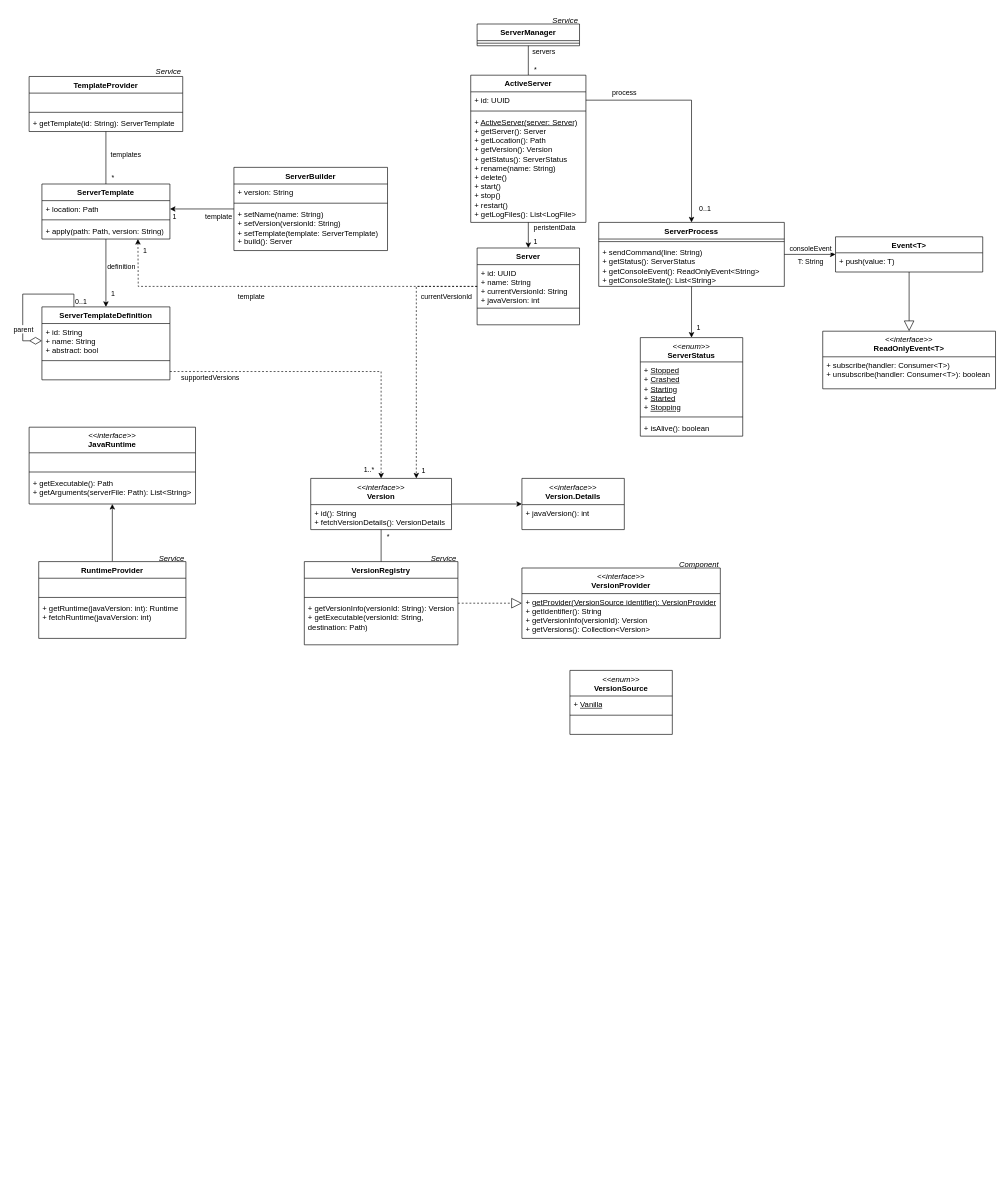
The draw.io diagram Klassendiagramm.drawio in Fisch37/mc-server-manager, before the edit. Source tidied: cells renumbered, new cells numbered last; positions are measured from the earlier drawing's top-left corner, leaving out a move shared by most shapes. Both pictures are drawn from the tidied source at 64%, with x=0, y=0 at pixel (22, 11).
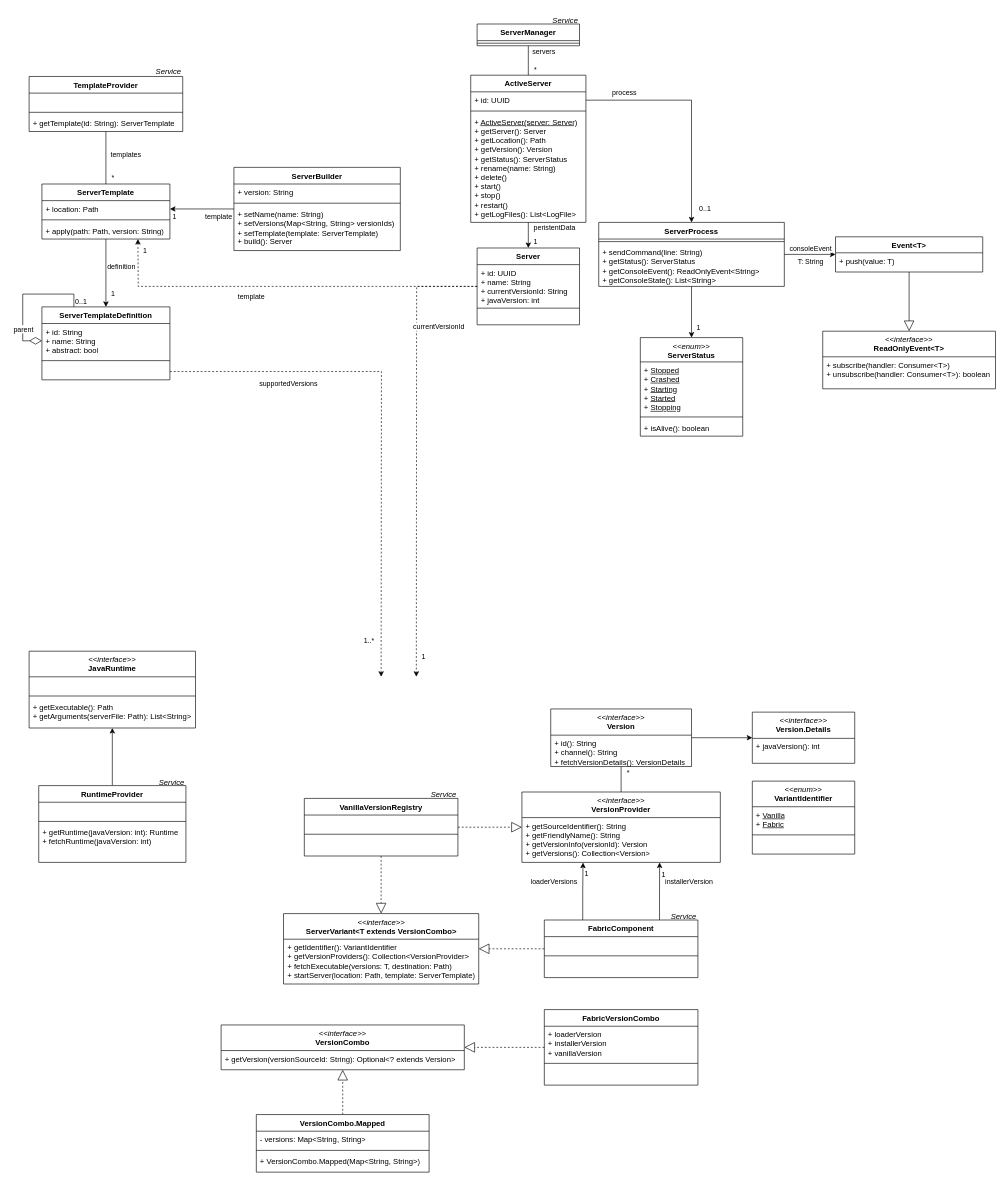
Above is the later version.

Unchanged cells that the change refers to:
```xml
<mxCell id="13" value="Server" style="swimlane;fontStyle=1;align=center;verticalAlign=top;horizontal=1;startSize=26;whiteSpace=wrap;html=1;" parent="1" vertex="1">
  <mxGeometry x="710" y="370" width="160" height="120" as="geometry" />
</mxCell>
<mxCell id="33" value="&amp;nbsp;" style="text;strokeColor=none;fillColor=none;align=left;verticalAlign=top;spacingLeft=4;spacingRight=4;overflow=hidden;points=[[0,0.5],[1,0.5]];portConstraint=eastwest;whiteSpace=wrap;html=1;" parent="30" vertex="1">
  <mxGeometry y="88" width="200" height="26" as="geometry" />
</mxCell>
```

The edit, as a diff of the source:
```diff
@@
-    <mxCell id="7" style="edgeStyle=orthogonalEdgeStyle;rounded=0;jettySize=auto;html=1;entryX=0.75;entryY=0;entryDx=0;entryDy=0;dashed=1;" parent="1" edge="1" source="13" target="70">
-      <mxGeometry relative="1" as="geometry" />
+    <mxCell id="7" style="edgeStyle=orthogonalEdgeStyle;rounded=0;jettySize=auto;html=1;dashed=1;" parent="1" edge="1" source="13">
+      <mxGeometry relative="1" as="geometry">
+        <mxPoint x="615" y="1040" as="targetPoint" />
+      </mxGeometry>
     </mxCell>
@@
     <mxCell id="26" value="ServerBuilder" style="swimlane;fontStyle=1;align=center;verticalAlign=top;horizontal=1;startSize=26;whiteSpace=wrap;html=1;" parent="1" vertex="1">
-      <mxGeometry x="330" y="244" width="240" height="130" as="geometry" />
+      <mxGeometry x="330" y="244" width="260" height="130" as="geometry" />
     </mxCell>
     <mxCell id="27" value="+ version: String" style="text;strokeColor=none;fillColor=none;align=left;verticalAlign=top;spacingLeft=4;spacingRight=4;overflow=hidden;whiteSpace=wrap;html=1;" parent="26" vertex="1">
-      <mxGeometry y="26" width="240" height="26" as="geometry" />
+      <mxGeometry y="26" width="260" height="26" as="geometry" />
     </mxCell>
     <mxCell id="28" style="line;strokeWidth=1;fillColor=none;align=left;verticalAlign=middle;spacingTop=-1;spacingLeft=3;spacingRight=3;labelPosition=right;strokeColor=inherit;" parent="26" vertex="1">
-      <mxGeometry y="52" width="240" height="8" as="geometry" />
+      <mxGeometry y="52" width="260" height="8" as="geometry" />
     </mxCell>
-    <mxCell id="29" value="&lt;div&gt;+ setName(name: String)&lt;/div&gt;&lt;div&gt;+ setVersion(versionId: String)&lt;/div&gt;&lt;div&gt;+ setTemplate(template: ServerTemplate)&lt;/div&gt;+ build(): Server" style="text;strokeColor=none;fillColor=none;align=left;verticalAlign=top;spacingLeft=4;spacingRight=4;overflow=hidden;whiteSpace=wrap;html=1;" parent="26" vertex="1">
-      <mxGeometry y="60" width="240" height="70" as="geometry" />
+    <mxCell id="29" value="&lt;div&gt;+ setName(name: String)&lt;/div&gt;&lt;div&gt;+ setVersions(Map&amp;lt;String, String&amp;gt; versionIds)&lt;/div&gt;&lt;div&gt;+ setTemplate(template: ServerTemplate)&lt;/div&gt;+ build(): Server" style="text;strokeColor=none;fillColor=none;align=left;verticalAlign=top;spacingLeft=4;spacingRight=4;overflow=hidden;whiteSpace=wrap;html=1;" parent="26" vertex="1">
+      <mxGeometry y="60" width="260" height="70" as="geometry" />
     </mxCell>
@@
-    <mxCell id="37" style="edgeStyle=orthogonalEdgeStyle;rounded=0;jettySize=auto;html=1;dashed=1;" parent="1" edge="1" source="33" target="70">
-      <mxGeometry relative="1" as="geometry" />
+    <mxCell id="37" style="edgeStyle=orthogonalEdgeStyle;rounded=0;jettySize=auto;html=1;dashed=1;" parent="1" edge="1" source="33">
+      <mxGeometry relative="1" as="geometry">
+        <mxPoint x="560" y="1040" as="targetPoint" />
+      </mxGeometry>
     </mxCell>
@@
-    <mxCell id="54" style="group;" parent="1" vertex="1">
-      <mxGeometry x="440" y="840" width="240" height="150" as="geometry" />
-    </mxCell>
-    <mxCell id="55" value="VersionRegistry" style="swimlane;fontStyle=1;align=center;verticalAlign=top;horizontal=1;startSize=26;whiteSpace=wrap;html=1;" parent="54" vertex="1">
-      <mxGeometry y="20" width="240" height="130" as="geometry" />
-    </mxCell>
-    <mxCell id="56" value="&amp;nbsp;" style="text;strokeColor=none;fillColor=none;align=left;verticalAlign=top;spacingLeft=4;spacingRight=4;overflow=hidden;whiteSpace=wrap;html=1;" parent="55" vertex="1">
-      <mxGeometry y="26" width="240" height="26" as="geometry" />
-    </mxCell>
-    <mxCell id="57" style="line;strokeWidth=1;fillColor=none;align=left;verticalAlign=middle;spacingTop=-1;spacingLeft=3;spacingRight=3;labelPosition=right;strokeColor=inherit;" parent="55" vertex="1">
-      <mxGeometry y="52" width="240" height="8" as="geometry" />
-    </mxCell>
-    <mxCell id="58" value="+ getVersionInfo(versionId: String): Version&lt;div&gt;+ getExecutable(versionId: String, destination: Path)&lt;/div&gt;" style="text;strokeColor=none;fillColor=none;align=left;verticalAlign=top;spacingLeft=4;spacingRight=4;overflow=hidden;whiteSpace=wrap;html=1;" parent="55" vertex="1">
-      <mxGeometry y="60" width="240" height="70" as="geometry" />
-    </mxCell>
-    <mxCell id="59" value="&lt;i&gt;Service&lt;/i&gt;" style="text;html=1;whiteSpace=wrap;strokeColor=none;fillColor=none;align=right;verticalAlign=middle;rounded=0;" parent="54" vertex="1">
-      <mxGeometry x="180" width="60" height="30" as="geometry" />
-    </mxCell>
-    <mxCell id="60" style="edgeStyle=orthogonalEdgeStyle;rounded=0;jettySize=auto;html=1;endArrow=none;endFill=0;" parent="1" edge="1" source="55" target="70">
+    <mxCell id="60" style="edgeStyle=orthogonalEdgeStyle;rounded=0;jettySize=auto;html=1;endArrow=none;endFill=0;exitX=0.5;exitY=0;exitDx=0;exitDy=0;" parent="1" edge="1" source="105" target="70">
       <mxGeometry relative="1" as="geometry" />
     </mxCell>
@@
     <mxCell id="70" value="&lt;span style=&quot;font-weight: normal;&quot;&gt;&lt;i&gt;&amp;lt;&amp;lt;interface&amp;gt;&amp;gt;&lt;/i&gt;&lt;/span&gt;&lt;div&gt;Version&lt;/div&gt;" style="swimlane;fontStyle=1;align=center;verticalAlign=top;horizontal=1;startSize=41;whiteSpace=wrap;html=1;" parent="1" vertex="1">
-      <mxGeometry x="450" y="730" width="220" height="80" as="geometry" />
+      <mxGeometry x="825" y="1090.2" width="220" height="90" as="geometry" />
     </mxCell>
-    <mxCell id="71" value="+ id(): String&lt;div&gt;+ fetchVersionDetails(): VersionDetails&lt;/div&gt;" style="text;strokeColor=none;fillColor=none;align=left;verticalAlign=top;spacingLeft=4;spacingRight=4;overflow=hidden;whiteSpace=wrap;html=1;" parent="70" vertex="1">
-      <mxGeometry y="41" width="220" height="39" as="geometry" />
+    <mxCell id="71" value="+ id(): String&lt;div&gt;+ channel(): String&lt;br&gt;&lt;div&gt;+ fetchVersionDetails(): VersionDetails&lt;/div&gt;&lt;/div&gt;" style="text;strokeColor=none;fillColor=none;align=left;verticalAlign=top;spacingLeft=4;spacingRight=4;overflow=hidden;whiteSpace=wrap;html=1;" parent="70" vertex="1">
+      <mxGeometry y="41" width="220" height="49" as="geometry" />
     </mxCell>
@@
     <mxCell id="81" value="&lt;div&gt;&lt;span style=&quot;font-weight: normal;&quot;&gt;&lt;i&gt;&amp;lt;&amp;lt;interface&amp;gt;&amp;gt;&lt;/i&gt;&lt;/span&gt;&lt;/div&gt;JavaRuntime" style="swimlane;fontStyle=1;align=center;verticalAlign=top;horizontal=1;startSize=40;whiteSpace=wrap;html=1;" parent="1" vertex="1">
-      <mxGeometry x="10" y="650" width="260" height="120" as="geometry" />
+      <mxGeometry x="10" y="1000" width="260" height="120" as="geometry" />
     </mxCell>
@@
     <mxCell id="86" style="group;" parent="1" vertex="1">
-      <mxGeometry x="25" y="840" width="230" height="140" as="geometry" />
+      <mxGeometry x="25" y="1190" width="230" height="140" as="geometry" />
     </mxCell>
@@
     <mxCell id="92" value="&lt;span style=&quot;font-weight: normal;&quot;&gt;&lt;i&gt;&amp;lt;&amp;lt;interface&amp;gt;&amp;gt;&lt;/i&gt;&lt;/span&gt;&lt;div&gt;Version.Details&lt;/div&gt;" style="swimlane;fontStyle=1;align=center;verticalAlign=top;horizontal=1;startSize=41;whiteSpace=wrap;html=1;" parent="1" vertex="1">
-      <mxGeometry x="780" y="730" width="160" height="80" as="geometry" />
+      <mxGeometry x="1140" y="1095.2" width="160" height="80" as="geometry" />
     </mxCell>
@@
-    <mxCell id="104" style="group;" parent="1" vertex="1">
-      <mxGeometry x="780" y="850" width="310" height="130" as="geometry" />
-    </mxCell>
-    <mxCell id="105" value="&lt;div&gt;&lt;span style=&quot;font-weight: normal;&quot;&gt;&lt;i&gt;&amp;lt;&amp;lt;interface&amp;gt;&amp;gt;&lt;/i&gt;&lt;/span&gt;&lt;/div&gt;VersionProvider" style="swimlane;fontStyle=1;align=center;verticalAlign=top;horizontal=1;startSize=40;whiteSpace=wrap;html=1;" parent="104" vertex="1">
-      <mxGeometry y="20" width="310" height="110" as="geometry" />
-    </mxCell>
-    <mxCell id="106" value="&lt;div&gt;+ &lt;u&gt;getProvider(VersionSource identifier): VersionProvider&lt;/u&gt;&lt;/div&gt;&lt;div&gt;+ getIdentifier(): String&lt;/div&gt;+ getVersionInfo(versionId): Version&lt;div&gt;+ getVersions(): Collection&amp;lt;Version&amp;gt;&lt;/div&gt;" style="text;strokeColor=none;fillColor=none;align=left;verticalAlign=top;spacingLeft=4;spacingRight=4;overflow=hidden;points=[[0,0.5],[1,0.5]];portConstraint=eastwest;whiteSpace=wrap;html=1;" parent="105" vertex="1">
-      <mxGeometry y="40" width="310" height="70" as="geometry" />
-    </mxCell>
-    <mxCell id="107" value="&lt;i&gt;Component&lt;/i&gt;" style="text;html=1;whiteSpace=wrap;strokeColor=none;fillColor=none;align=right;verticalAlign=middle;rounded=0;" parent="104" vertex="1">
-      <mxGeometry x="221.4" width="88.6" height="30" as="geometry" />
-    </mxCell>
-    <mxCell id="108" value="&lt;div&gt;&lt;span style=&quot;font-weight: normal;&quot;&gt;&lt;i&gt;&amp;lt;&amp;lt;enum&amp;gt;&amp;gt;&lt;/i&gt;&lt;/span&gt;&lt;/div&gt;VersionSource" style="swimlane;fontStyle=1;align=center;verticalAlign=top;horizontal=1;startSize=40;whiteSpace=wrap;html=1;" parent="1" vertex="1">
-      <mxGeometry x="855" y="1030" width="160" height="100" as="geometry" />
+    <mxCell id="108" value="&lt;div&gt;&lt;span style=&quot;font-weight: normal;&quot;&gt;&lt;i&gt;&amp;lt;&amp;lt;enum&amp;gt;&amp;gt;&lt;/i&gt;&lt;/span&gt;&lt;/div&gt;VariantIdentifier" style="swimlane;fontStyle=1;align=center;verticalAlign=top;horizontal=1;startSize=40;whiteSpace=wrap;html=1;" parent="1" vertex="1">
+      <mxGeometry x="1140" y="1203" width="160" height="114" as="geometry" />
     </mxCell>
-    <mxCell id="109" value="+ &lt;u&gt;Vanilla&lt;/u&gt;" style="text;strokeColor=none;fillColor=none;align=left;verticalAlign=top;spacingLeft=4;spacingRight=4;overflow=hidden;whiteSpace=wrap;html=1;" parent="108" vertex="1">
-      <mxGeometry y="40" width="160" height="26" as="geometry" />
+    <mxCell id="109" value="+ &lt;u&gt;Vanilla&lt;/u&gt;&lt;div&gt;+ &lt;u&gt;Fabric&lt;/u&gt;&lt;/div&gt;" style="text;strokeColor=none;fillColor=none;align=left;verticalAlign=top;spacingLeft=4;spacingRight=4;overflow=hidden;whiteSpace=wrap;html=1;" parent="108" vertex="1">
+      <mxGeometry y="40" width="160" height="40" as="geometry" />
     </mxCell>
     <mxCell id="110" style="line;strokeWidth=1;fillColor=none;align=left;verticalAlign=middle;spacingTop=-1;spacingLeft=3;spacingRight=3;labelPosition=right;strokeColor=inherit;" parent="108" vertex="1">
-      <mxGeometry y="66" width="160" height="8" as="geometry" />
+      <mxGeometry y="80" width="160" height="8" as="geometry" />
     </mxCell>
     <mxCell id="111" value="&amp;nbsp;" style="text;strokeColor=none;fillColor=none;align=left;verticalAlign=top;spacingLeft=4;spacingRight=4;overflow=hidden;whiteSpace=wrap;html=1;" parent="108" vertex="1">
-      <mxGeometry y="74" width="160" height="26" as="geometry" />
+      <mxGeometry y="88" width="160" height="26" as="geometry" />
     </mxCell>
+    <mxCell id="112" value="&lt;div&gt;&lt;span style=&quot;font-weight: normal;&quot;&gt;&lt;i&gt;&amp;lt;&amp;lt;interface&amp;gt;&amp;gt;&lt;/i&gt;&lt;/span&gt;&lt;/div&gt;ServerVariant&amp;lt;T extends VersionCombo&amp;gt;" style="swimlane;fontStyle=1;align=center;verticalAlign=top;horizontal=1;startSize=40;whiteSpace=wrap;html=1;" parent="1" vertex="1">
+      <mxGeometry x="407.5" y="1410" width="305" height="110" as="geometry" />
+    </mxCell>
+    <mxCell id="113" value="&lt;div&gt;+ getIdentifier(): VariantIdentifier&lt;/div&gt;+ getVersionProviders(): Collection&amp;lt;VersionProvider&amp;gt;&lt;div&gt;+ fetchExecutable(versions: T, destination: Path)&lt;/div&gt;&lt;div&gt;+ startServer(location: Path, template: ServerTemplate)&lt;/div&gt;" style="text;strokeColor=none;fillColor=none;align=left;verticalAlign=top;spacingLeft=4;spacingRight=4;overflow=hidden;whiteSpace=wrap;html=1;" parent="112" vertex="1">
+      <mxGeometry y="40" width="305" height="70" as="geometry" />
+    </mxCell>
+    <mxCell id="114" value="&lt;div&gt;&lt;span style=&quot;font-weight: normal;&quot;&gt;&lt;i&gt;&amp;lt;&amp;lt;interface&amp;gt;&amp;gt;&lt;/i&gt;&lt;/span&gt;&lt;/div&gt;VersionCombo" style="swimlane;fontStyle=1;align=center;verticalAlign=top;horizontal=1;startSize=40;whiteSpace=wrap;html=1;" parent="1" vertex="1">
+      <mxGeometry x="310" y="1584" width="380" height="70" as="geometry" />
+    </mxCell>
+    <mxCell id="115" value="+ getVersion(versionSourceId: String): Optional&amp;lt;? extends Version&amp;gt;" style="text;strokeColor=none;fillColor=none;align=left;verticalAlign=top;spacingLeft=4;spacingRight=4;overflow=hidden;whiteSpace=wrap;html=1;" parent="114" vertex="1">
+      <mxGeometry y="40" width="380" height="30" as="geometry" />
+    </mxCell>
+    <mxCell id="116" style="edgeStyle=orthogonalEdgeStyle;rounded=0;jettySize=auto;html=1;entryX=0.5;entryY=0;entryDx=0;entryDy=0;endArrow=block;endFill=0;dashed=1;endSize=14;" parent="1" edge="1" source="55" target="112">
+      <mxGeometry relative="1" as="geometry" />
+    </mxCell>
+    <mxCell id="105" value="&lt;div&gt;&lt;span style=&quot;font-weight: normal;&quot;&gt;&lt;i&gt;&amp;lt;&amp;lt;interface&amp;gt;&amp;gt;&lt;/i&gt;&lt;/span&gt;&lt;/div&gt;VersionProvider" style="swimlane;fontStyle=1;align=center;verticalAlign=top;horizontal=1;startSize=40;whiteSpace=wrap;html=1;" parent="1" vertex="1">
+      <mxGeometry x="780" y="1220" width="310" height="110" as="geometry" />
+    </mxCell>
+    <mxCell id="106" value="&lt;div&gt;&lt;span style=&quot;background-color: transparent; color: light-dark(rgb(0, 0, 0), rgb(255, 255, 255));&quot;&gt;+ getSourceIdentifier(): String&lt;/span&gt;&lt;/div&gt;&lt;div&gt;+ getFriendlyName(): String&lt;/div&gt;&lt;div&gt;&lt;span style=&quot;background-color: transparent; color: light-dark(rgb(0, 0, 0), rgb(255, 255, 255));&quot;&gt;+ getVersionInfo(versionId): Version&lt;/span&gt;&lt;/div&gt;&lt;div&gt;+ getVersions(): Collection&amp;lt;Version&amp;gt;&lt;/div&gt;" style="text;strokeColor=none;fillColor=none;align=left;verticalAlign=top;spacingLeft=4;spacingRight=4;overflow=hidden;points=[[0,0.5],[1,0.5]];portConstraint=eastwest;whiteSpace=wrap;html=1;" parent="105" vertex="1">
+      <mxGeometry y="40" width="310" height="70" as="geometry" />
+    </mxCell>
+    <mxCell id="117" style="group;" parent="1" vertex="1">
+      <mxGeometry x="440" y="1210" width="240" height="110" as="geometry" />
+    </mxCell>
+    <mxCell id="55" value="VanillaVersionRegistry" style="swimlane;fontStyle=1;align=center;verticalAlign=top;horizontal=1;startSize=26;whiteSpace=wrap;html=1;" parent="117" vertex="1">
+      <mxGeometry y="20" width="240" height="90" as="geometry" />
+    </mxCell>
+    <mxCell id="56" value="&amp;nbsp;" style="text;strokeColor=none;fillColor=none;align=left;verticalAlign=top;spacingLeft=4;spacingRight=4;overflow=hidden;whiteSpace=wrap;html=1;" parent="55" vertex="1">
+      <mxGeometry y="26" width="240" height="26" as="geometry" />
+    </mxCell>
+    <mxCell id="57" style="line;strokeWidth=1;fillColor=none;align=left;verticalAlign=middle;spacingTop=-1;spacingLeft=3;spacingRight=3;labelPosition=right;strokeColor=inherit;" parent="55" vertex="1">
+      <mxGeometry y="52" width="240" height="8" as="geometry" />
+    </mxCell>
+    <mxCell id="58" value="&amp;nbsp;" style="text;strokeColor=none;fillColor=none;align=left;verticalAlign=top;spacingLeft=4;spacingRight=4;overflow=hidden;whiteSpace=wrap;html=1;" parent="55" vertex="1">
+      <mxGeometry y="60" width="240" height="30" as="geometry" />
+    </mxCell>
+    <mxCell id="59" value="&lt;i&gt;Service&lt;/i&gt;" style="text;html=1;whiteSpace=wrap;strokeColor=none;fillColor=none;align=right;verticalAlign=middle;rounded=0;" parent="117" vertex="1">
+      <mxGeometry x="180" width="60" height="30" as="geometry" />
+    </mxCell>
+    <mxCell id="118" style="edgeStyle=orthogonalEdgeStyle;rounded=0;jettySize=auto;html=1;endArrow=block;endFill=0;dashed=1;endSize=14;" parent="1" edge="1" source="126" target="112">
+      <mxGeometry relative="1" as="geometry" />
+    </mxCell>
+    <mxCell id="119" style="edgeStyle=orthogonalEdgeStyle;rounded=0;jettySize=auto;html=1;exitX=0.25;exitY=0;exitDx=0;exitDy=0;entryX=0.308;entryY=1.005;entryDx=0;entryDy=0;entryPerimeter=0;" parent="1" edge="1" source="126" target="106">
+      <mxGeometry relative="1" as="geometry" />
+    </mxCell>
+    <mxCell id="120" value="loaderVersions" style="edgeLabel;html=1;align=center;verticalAlign=middle;" parent="119" vertex="1">
+      <mxGeometry x="0.19" y="1" relative="1" as="geometry">
+        <mxPoint x="-45" y="-7" as="offset" />
+      </mxGeometry>
+    </mxCell>
+    <mxCell id="121" value="1" style="edgeLabel;html=1;align=center;verticalAlign=middle;" parent="119" vertex="1">
+      <mxGeometry x="0.63" y="2" relative="1" as="geometry">
+        <mxPoint x="7" as="offset" />
+      </mxGeometry>
+    </mxCell>
+    <mxCell id="122" style="edgeStyle=orthogonalEdgeStyle;rounded=0;jettySize=auto;html=1;exitX=0.75;exitY=0;exitDx=0;exitDy=0;entryX=0.694;entryY=1.001;entryDx=0;entryDy=0;entryPerimeter=0;" parent="1" edge="1" source="126" target="106">
+      <mxGeometry relative="1" as="geometry" />
+    </mxCell>
+    <mxCell id="123" value="installerVersion" style="edgeLabel;html=1;align=center;verticalAlign=middle;" parent="122" vertex="1">
+      <mxGeometry x="0.5" relative="1" as="geometry">
+        <mxPoint x="45" y="7" as="offset" />
+      </mxGeometry>
+    </mxCell>
+    <mxCell id="124" value="1" style="edgeLabel;html=1;align=center;verticalAlign=middle;" parent="122" vertex="1">
+      <mxGeometry x="0.61" relative="1" as="geometry">
+        <mxPoint x="5" as="offset" />
+      </mxGeometry>
+    </mxCell>
+    <mxCell id="125" style="group;" parent="1" vertex="1">
+      <mxGeometry x="815" y="1400" width="240" height="110" as="geometry" />
+    </mxCell>
+    <mxCell id="126" value="FabricComponent" style="swimlane;fontStyle=1;align=center;verticalAlign=top;horizontal=1;startSize=26;whiteSpace=wrap;html=1;" parent="125" vertex="1">
+      <mxGeometry y="20" width="240" height="90" as="geometry" />
+    </mxCell>
+    <mxCell id="127" value="&amp;nbsp;" style="text;strokeColor=none;fillColor=none;align=left;verticalAlign=top;spacingLeft=4;spacingRight=4;overflow=hidden;whiteSpace=wrap;html=1;" parent="126" vertex="1">
+      <mxGeometry y="26" width="240" height="26" as="geometry" />
+    </mxCell>
+    <mxCell id="128" style="line;strokeWidth=1;fillColor=none;align=left;verticalAlign=middle;spacingTop=-1;spacingLeft=3;spacingRight=3;labelPosition=right;strokeColor=inherit;" parent="126" vertex="1">
+      <mxGeometry y="52" width="240" height="8" as="geometry" />
+    </mxCell>
+    <mxCell id="129" value="&amp;nbsp;" style="text;strokeColor=none;fillColor=none;align=left;verticalAlign=top;spacingLeft=4;spacingRight=4;overflow=hidden;whiteSpace=wrap;html=1;" parent="126" vertex="1">
+      <mxGeometry y="60" width="240" height="30" as="geometry" />
+    </mxCell>
+    <mxCell id="130" value="&lt;i&gt;Service&lt;/i&gt;" style="text;html=1;whiteSpace=wrap;strokeColor=none;fillColor=none;align=right;verticalAlign=middle;rounded=0;" parent="125" vertex="1">
+      <mxGeometry x="180" width="60" height="30" as="geometry" />
+    </mxCell>
+    <mxCell id="131" value="FabricVersionCombo" style="swimlane;fontStyle=1;align=center;verticalAlign=top;horizontal=1;startSize=26;whiteSpace=wrap;html=1;" parent="1" vertex="1">
+      <mxGeometry x="815" y="1560" width="240" height="118" as="geometry" />
+    </mxCell>
+    <mxCell id="132" value="+ loaderVersion&lt;div&gt;+ installerVersion&lt;/div&gt;&lt;div&gt;+ vanillaVersion&lt;/div&gt;" style="text;strokeColor=none;fillColor=none;align=left;verticalAlign=top;spacingLeft=4;spacingRight=4;overflow=hidden;whiteSpace=wrap;html=1;" parent="131" vertex="1">
+      <mxGeometry y="26" width="240" height="54" as="geometry" />
+    </mxCell>
+    <mxCell id="133" style="line;strokeWidth=1;fillColor=none;align=left;verticalAlign=middle;spacingTop=-1;spacingLeft=3;spacingRight=3;labelPosition=right;strokeColor=inherit;" parent="131" vertex="1">
+      <mxGeometry y="80" width="240" height="8" as="geometry" />
+    </mxCell>
+    <mxCell id="134" value="&amp;nbsp;" style="text;strokeColor=none;fillColor=none;align=left;verticalAlign=top;spacingLeft=4;spacingRight=4;overflow=hidden;whiteSpace=wrap;html=1;" parent="131" vertex="1">
+      <mxGeometry y="88" width="240" height="30" as="geometry" />
+    </mxCell>
+    <mxCell id="135" style="edgeStyle=orthogonalEdgeStyle;rounded=0;jettySize=auto;html=1;endArrow=block;endFill=0;dashed=1;endSize=14;" parent="1" edge="1" source="131" target="114">
+      <mxGeometry relative="1" as="geometry" />
+    </mxCell>
+    <mxCell id="136" style="edgeStyle=orthogonalEdgeStyle;rounded=0;jettySize=auto;html=1;endArrow=block;endFill=0;endSize=14;dashed=1;" parent="1" edge="1" source="137" target="114">
+      <mxGeometry relative="1" as="geometry" />
+    </mxCell>
+    <mxCell id="137" value="VersionCombo.Mapped" style="swimlane;fontStyle=1;align=center;verticalAlign=top;horizontal=1;startSize=26;whiteSpace=wrap;html=1;" parent="1" vertex="1">
+      <mxGeometry x="365" y="1724" width="270" height="90" as="geometry" />
+    </mxCell>
+    <mxCell id="138" value="- versions: Map&amp;lt;String, String&amp;gt;" style="text;strokeColor=none;fillColor=none;align=left;verticalAlign=top;spacingLeft=4;spacingRight=4;overflow=hidden;whiteSpace=wrap;html=1;" parent="137" vertex="1">
+      <mxGeometry y="26" width="270" height="26" as="geometry" />
+    </mxCell>
+    <mxCell id="139" style="line;strokeWidth=1;fillColor=none;align=left;verticalAlign=middle;spacingTop=-1;spacingLeft=3;spacingRight=3;labelPosition=right;strokeColor=inherit;" parent="137" vertex="1">
+      <mxGeometry y="52" width="270" height="8" as="geometry" />
+    </mxCell>
+    <mxCell id="140" value="+ VersionCombo.Mapped(Map&amp;lt;String, String&amp;gt;)" style="text;strokeColor=none;fillColor=none;align=left;verticalAlign=top;spacingLeft=4;spacingRight=4;overflow=hidden;whiteSpace=wrap;html=1;" parent="137" vertex="1">
+      <mxGeometry y="60" width="270" height="30" as="geometry" />
+    </mxCell>
```
